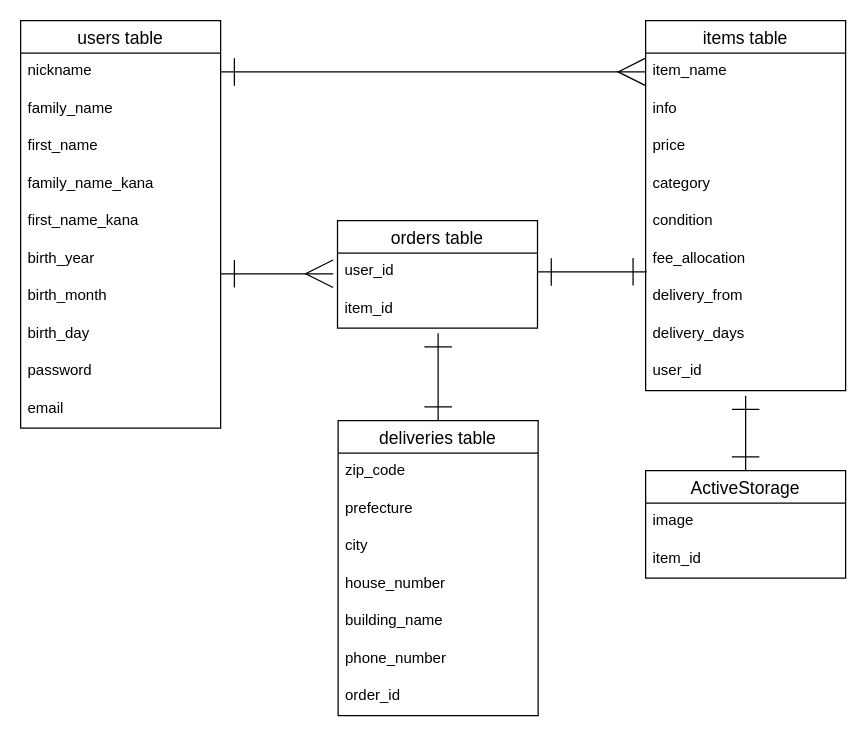
YoshiYamamura/furima-34866 keeps this draw.io diagram as ER.dio. Above is the earlier version. Source tidied: cells renumbered, new cells numbered last; positions are measured from the earlier drawing's top-left corner, leaving out a move shared by most shapes. Both pictures are drawn from the tidied source at 125%, with x=0, y=0 at pixel (20, 20).
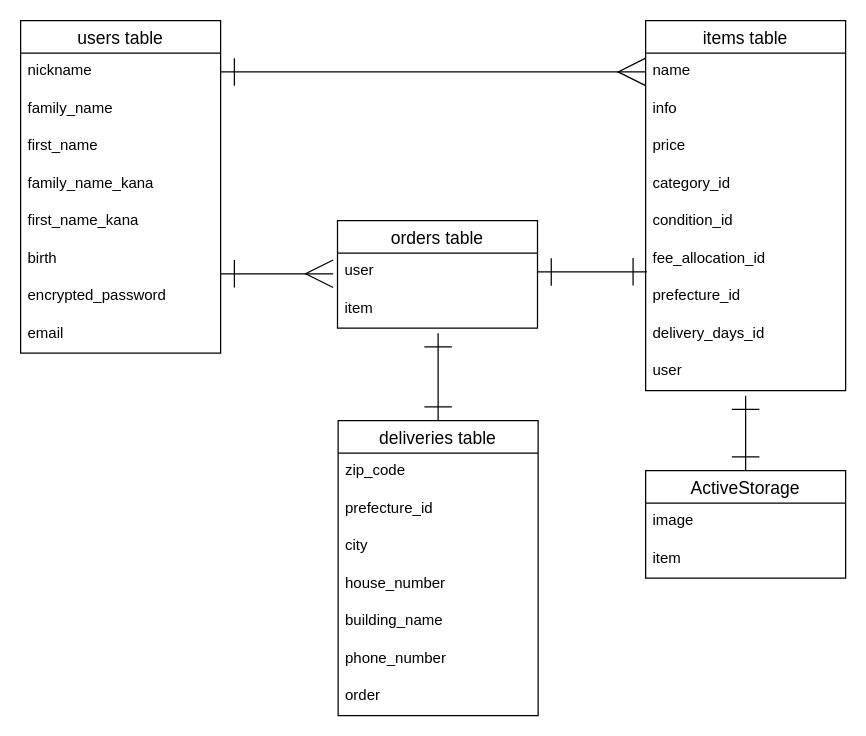
The same diagram, later.

Commit message (it also covers changes not shown here):
テーブル設計修正

The change refers to these unchanged cells:
```xml
<mxCell id="13" value="items table" style="swimlane;fontStyle=0;horizontal=1;startSize=26;align=center;fontSize=14;" parent="1" vertex="1">
  <mxGeometry x="500" width="160" height="296" as="geometry" />
</mxCell>
<mxCell id="23" value="orders table" style="swimlane;fontStyle=0;horizontal=1;startSize=26;align=center;fontSize=14;" parent="1" vertex="1">
  <mxGeometry x="253.5" y="160" width="160" height="86" as="geometry" />
</mxCell>
<mxCell id="27" value="ActiveStorage" style="swimlane;fontStyle=0;horizontal=1;startSize=26;align=center;fontSize=14;" parent="1" vertex="1">
  <mxGeometry x="500" y="360" width="160" height="86" as="geometry" />
</mxCell>
<mxCell id="31" value="deliveries table" style="swimlane;fontStyle=0;horizontal=1;startSize=26;align=center;fontSize=14;" parent="1" vertex="1">
  <mxGeometry x="254" y="320" width="160" height="236" as="geometry" />
</mxCell>
```

Change to the diagram source:
```diff
@@
     <mxCell id="2" value="users table" style="swimlane;fontStyle=0;horizontal=1;startSize=26;align=center;fontSize=14;" parent="1" vertex="1">
-      <mxGeometry width="160" height="326" as="geometry" />
+      <mxGeometry width="160" height="266" as="geometry" />
     </mxCell>
@@
-    <mxCell id="8" value="birth_year" style="text;strokeColor=none;fillColor=none;spacingLeft=4;spacingRight=4;overflow=hidden;fontSize=12;" parent="2" vertex="1">
+    <mxCell id="8" value="birth" style="text;strokeColor=none;fillColor=none;spacingLeft=4;spacingRight=4;overflow=hidden;fontSize=12;" parent="2" vertex="1">
       <mxGeometry y="176" width="160" height="30" as="geometry" />
     </mxCell>
-    <mxCell id="9" value="birth_month" style="text;strokeColor=none;fillColor=none;spacingLeft=4;spacingRight=4;overflow=hidden;fontSize=12;" parent="2" vertex="1">
-      <mxGeometry y="206" width="160" height="30" as="geometry" />
-    </mxCell>
-    <mxCell id="10" value="birth_day" style="text;strokeColor=none;fillColor=none;spacingLeft=4;spacingRight=4;overflow=hidden;fontSize=12;" parent="2" vertex="1">
-      <mxGeometry y="236" width="160" height="30" as="geometry" />
-    </mxCell>
-    <mxCell id="11" value="password" style="text;strokeColor=none;fillColor=none;spacingLeft=4;spacingRight=4;overflow=hidden;fontSize=12;" parent="2" vertex="1">
-      <mxGeometry y="266" width="160" height="30" as="geometry" />
+    <mxCell id="11" value="encrypted_password" style="text;strokeColor=none;fillColor=none;spacingLeft=4;spacingRight=4;overflow=hidden;fontSize=12;" parent="2" vertex="1">
+      <mxGeometry y="206" width="160" height="30" as="geometry" />
     </mxCell>
     <mxCell id="12" value="email" style="text;strokeColor=none;fillColor=none;spacingLeft=4;spacingRight=4;overflow=hidden;fontSize=12;" parent="2" vertex="1">
-      <mxGeometry y="296" width="160" height="30" as="geometry" />
+      <mxGeometry y="236" width="160" height="30" as="geometry" />
     </mxCell>
@@
-    <mxCell id="14" value="item_name" style="text;strokeColor=none;fillColor=none;spacingLeft=4;spacingRight=4;overflow=hidden;points=[[0,0.5],[1,0.5]];portConstraint=eastwest;fontSize=12;" parent="13" vertex="1">
+    <mxCell id="14" value="name" style="text;strokeColor=none;fillColor=none;spacingLeft=4;spacingRight=4;overflow=hidden;points=[[0,0.5],[1,0.5]];portConstraint=eastwest;fontSize=12;" parent="13" vertex="1">
       <mxGeometry y="26" width="160" height="30" as="geometry" />
     </mxCell>
@@
-    <mxCell id="17" value="category" style="text;strokeColor=none;fillColor=none;spacingLeft=4;spacingRight=4;overflow=hidden;fontSize=12;" parent="13" vertex="1">
+    <mxCell id="17" value="category_id" style="text;strokeColor=none;fillColor=none;spacingLeft=4;spacingRight=4;overflow=hidden;fontSize=12;" parent="13" vertex="1">
       <mxGeometry y="116" width="160" height="30" as="geometry" />
     </mxCell>
-    <mxCell id="18" value="condition" style="text;strokeColor=none;fillColor=none;spacingLeft=4;spacingRight=4;overflow=hidden;fontSize=12;" parent="13" vertex="1">
+    <mxCell id="18" value="condition_id" style="text;strokeColor=none;fillColor=none;spacingLeft=4;spacingRight=4;overflow=hidden;fontSize=12;" parent="13" vertex="1">
       <mxGeometry y="146" width="160" height="30" as="geometry" />
     </mxCell>
-    <mxCell id="19" value="fee_allocation" style="text;strokeColor=none;fillColor=none;spacingLeft=4;spacingRight=4;overflow=hidden;points=[[0,0.5],[1,0.5]];portConstraint=eastwest;fontSize=12;" parent="13" vertex="1">
+    <mxCell id="19" value="fee_allocation_id" style="text;strokeColor=none;fillColor=none;spacingLeft=4;spacingRight=4;overflow=hidden;points=[[0,0.5],[1,0.5]];portConstraint=eastwest;fontSize=12;" parent="13" vertex="1">
       <mxGeometry y="176" width="160" height="30" as="geometry" />
     </mxCell>
-    <mxCell id="20" value="delivery_from" style="text;strokeColor=none;fillColor=none;spacingLeft=4;spacingRight=4;overflow=hidden;fontSize=12;" parent="13" vertex="1">
+    <mxCell id="20" value="prefecture_id" style="text;strokeColor=none;fillColor=none;spacingLeft=4;spacingRight=4;overflow=hidden;fontSize=12;" parent="13" vertex="1">
       <mxGeometry y="206" width="160" height="30" as="geometry" />
     </mxCell>
-    <mxCell id="21" value="delivery_days" style="text;strokeColor=none;fillColor=none;spacingLeft=4;spacingRight=4;overflow=hidden;fontSize=12;" parent="13" vertex="1">
+    <mxCell id="21" value="delivery_days_id" style="text;strokeColor=none;fillColor=none;spacingLeft=4;spacingRight=4;overflow=hidden;fontSize=12;" parent="13" vertex="1">
       <mxGeometry y="236" width="160" height="30" as="geometry" />
     </mxCell>
-    <mxCell id="22" value="user_id" style="text;strokeColor=none;fillColor=none;spacingLeft=4;spacingRight=4;overflow=hidden;fontSize=12;" parent="13" vertex="1">
+    <mxCell id="22" value="user" style="text;strokeColor=none;fillColor=none;spacingLeft=4;spacingRight=4;overflow=hidden;fontSize=12;" parent="13" vertex="1">
       <mxGeometry y="266" width="160" height="30" as="geometry" />
     </mxCell>
@@
-    <mxCell id="24" value="user_id" style="text;strokeColor=none;fillColor=none;spacingLeft=4;spacingRight=4;overflow=hidden;points=[[0,0.5],[1,0.5]];portConstraint=eastwest;fontSize=12;" parent="23" vertex="1">
+    <mxCell id="24" value="user" style="text;strokeColor=none;fillColor=none;spacingLeft=4;spacingRight=4;overflow=hidden;points=[[0,0.5],[1,0.5]];portConstraint=eastwest;fontSize=12;" parent="23" vertex="1">
       <mxGeometry y="26" width="160" height="30" as="geometry" />
     </mxCell>
-    <mxCell id="25" value="item_id" style="text;strokeColor=none;fillColor=none;spacingLeft=4;spacingRight=4;overflow=hidden;fontSize=12;" parent="23" vertex="1">
+    <mxCell id="25" value="item" style="text;strokeColor=none;fillColor=none;spacingLeft=4;spacingRight=4;overflow=hidden;fontSize=12;" parent="23" vertex="1">
       <mxGeometry y="56" width="160" height="30" as="geometry" />
     </mxCell>
@@
-    <mxCell id="29" value="item_id" style="text;strokeColor=none;fillColor=none;spacingLeft=4;spacingRight=4;overflow=hidden;fontSize=12;" parent="27" vertex="1">
+    <mxCell id="29" value="item" style="text;strokeColor=none;fillColor=none;spacingLeft=4;spacingRight=4;overflow=hidden;fontSize=12;" parent="27" vertex="1">
       <mxGeometry y="56" width="160" height="30" as="geometry" />
     </mxCell>
@@
-    <mxCell id="33" value="prefecture" style="text;strokeColor=none;fillColor=none;spacingLeft=4;spacingRight=4;overflow=hidden;fontSize=12;" parent="31" vertex="1">
+    <mxCell id="33" value="prefecture_id" style="text;strokeColor=none;fillColor=none;spacingLeft=4;spacingRight=4;overflow=hidden;fontSize=12;" parent="31" vertex="1">
       <mxGeometry y="56" width="160" height="30" as="geometry" />
     </mxCell>
@@
-    <mxCell id="38" value="order_id" style="text;strokeColor=none;fillColor=none;spacingLeft=4;spacingRight=4;overflow=hidden;fontSize=12;" parent="31" vertex="1">
+    <mxCell id="38" value="order" style="text;strokeColor=none;fillColor=none;spacingLeft=4;spacingRight=4;overflow=hidden;fontSize=12;" parent="31" vertex="1">
       <mxGeometry y="206" width="160" height="30" as="geometry" />
     </mxCell>
```
